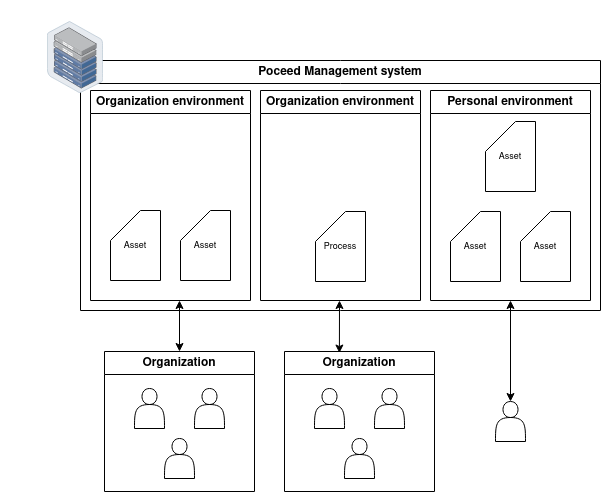
FelipeTrost/bachelorthesis keeps this draw.io diagram as thesis-document/images/proceed-workspaces-v2.drawio.png. Above is the earlier version. Source tidied: cells renumbered, new cells last; positions are measured from the earlier drawing's top-left corner, leaving out a move shared by most shapes.
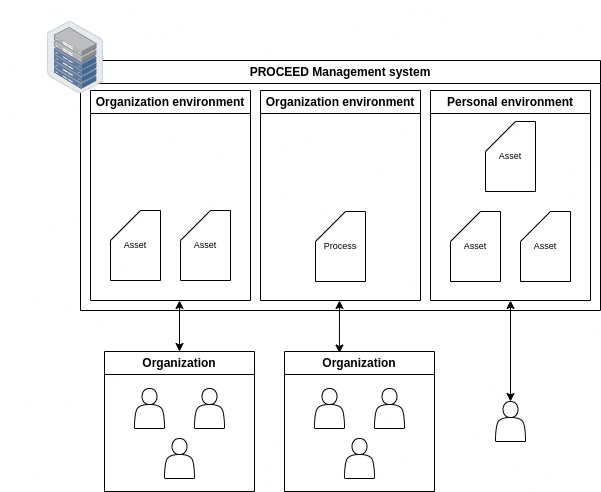
After the change.

Change to the diagram source:
```diff
@@ -2,7 +2,7 @@
   <root>
     <mxCell id="0" />
     <mxCell id="1" parent="0" />
-    <mxCell id="2" value="Poceed Management system" style="swimlane;whiteSpace=wrap;html=1;" parent="1" vertex="1">
+    <mxCell id="2" value="PROCEED Management system" style="swimlane;whiteSpace=wrap;html=1;" parent="1" vertex="1">
       <mxGeometry x="80" y="60" width="520" height="250" as="geometry" />
     </mxCell>
     <mxCell id="3" value="Organization environment" style="swimlane;whiteSpace=wrap;html=1;strokeColor=default;fontFamily=Helvetica;fontSize=12;fontColor=default;fillColor=default;" parent="2" vertex="1">
```
